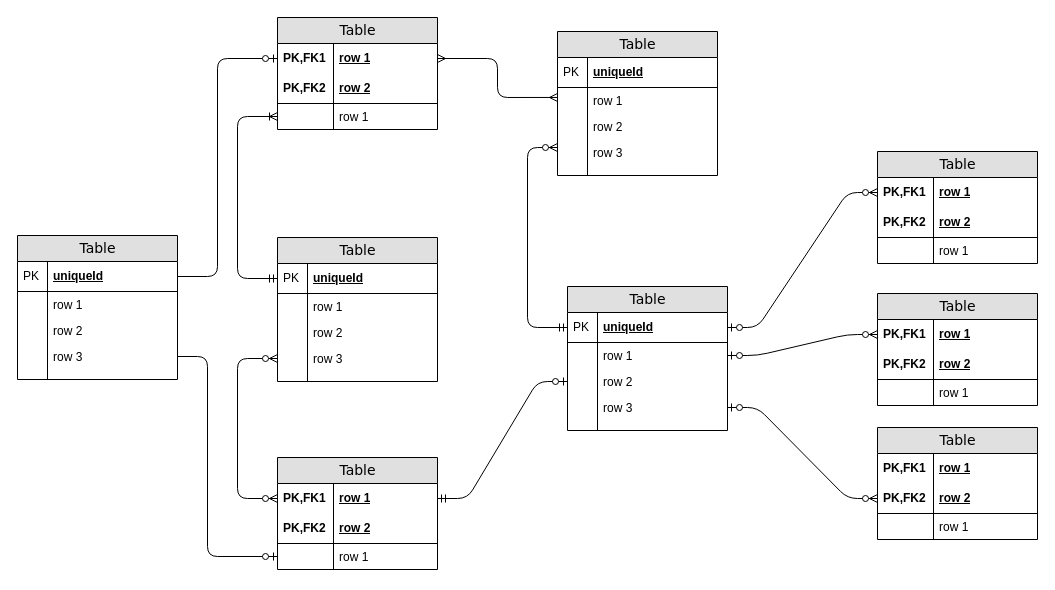
Before: 4DP.drawio in blackdreamzg/bak, a draw.io diagram. Source tidied: cells renumbered, new cells numbered last; positions are measured from the earlier drawing's top-left corner, leaving out a move shared by most shapes. Both pictures are drawn from the tidied source at 100%, with x=0, y=0 at pixel (17, 17).
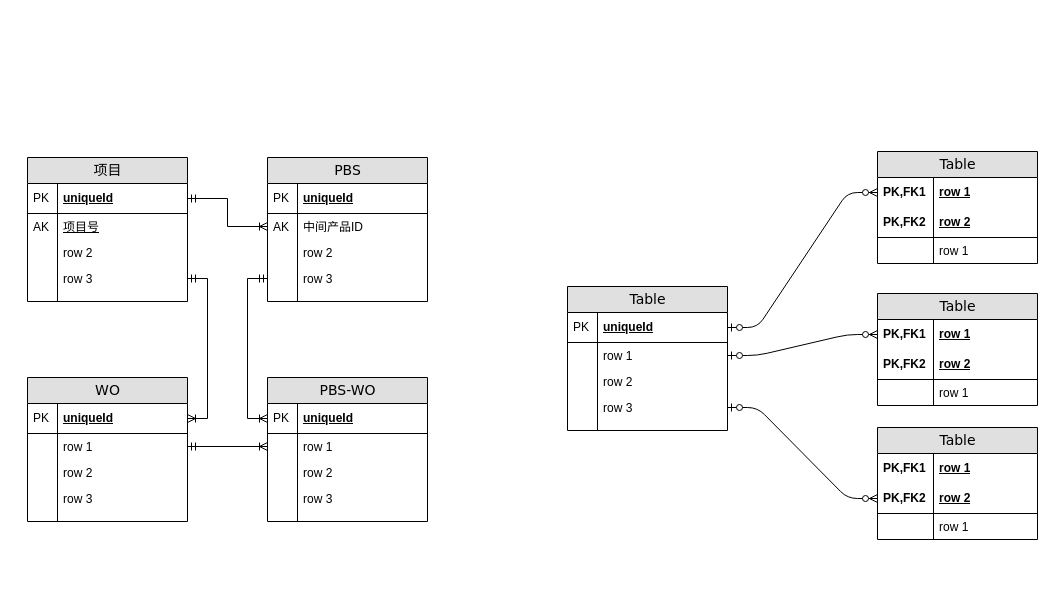
The same page after the edit.

Unchanged cells that the change refers to:
```xml
<mxCell id="10" value="uniqueId" style="shape=partialRectangle;top=0;left=0;right=0;bottom=1;html=1;align=left;verticalAlign=middle;fillColor=none;spacingLeft=34;spacingRight=4;whiteSpace=wrap;overflow=hidden;points=[[0,0.5],[1,0.5]];portConstraint=eastwest;fontStyle=5;" parent="9" vertex="1">
  <mxGeometry y="26" width="160" height="30" as="geometry" />
</mxCell>
<mxCell id="12" value="row 1" style="shape=partialRectangle;top=0;left=0;right=0;bottom=0;html=1;align=left;verticalAlign=top;fillColor=none;spacingLeft=34;spacingRight=4;whiteSpace=wrap;overflow=hidden;points=[[0,0.5],[1,0.5]];portConstraint=eastwest;" parent="9" vertex="1">
  <mxGeometry y="56" width="160" height="26" as="geometry" />
</mxCell>
<mxCell id="16" value="row 3" style="shape=partialRectangle;top=0;left=0;right=0;bottom=0;html=1;align=left;verticalAlign=top;fillColor=none;spacingLeft=34;spacingRight=4;whiteSpace=wrap;overflow=hidden;points=[[0,0.5],[1,0.5]];portConstraint=eastwest;" parent="9" vertex="1">
  <mxGeometry y="108" width="160" height="26" as="geometry" />
</mxCell>
<mxCell id="21" value="uniqueId" style="shape=partialRectangle;top=0;left=0;right=0;bottom=1;html=1;align=left;verticalAlign=middle;fillColor=none;spacingLeft=34;spacingRight=4;whiteSpace=wrap;overflow=hidden;points=[[0,0.5],[1,0.5]];portConstraint=eastwest;fontStyle=5;" parent="20" vertex="1">
  <mxGeometry y="26" width="160" height="30" as="geometry" />
</mxCell>
<mxCell id="27" value="row 3" style="shape=partialRectangle;top=0;left=0;right=0;bottom=0;html=1;align=left;verticalAlign=top;fillColor=none;spacingLeft=34;spacingRight=4;whiteSpace=wrap;overflow=hidden;points=[[0,0.5],[1,0.5]];portConstraint=eastwest;" parent="20" vertex="1">
  <mxGeometry y="108" width="160" height="26" as="geometry" />
</mxCell>
<mxCell id="32" value="uniqueId" style="shape=partialRectangle;top=0;left=0;right=0;bottom=1;html=1;align=left;verticalAlign=middle;fillColor=none;spacingLeft=34;spacingRight=4;whiteSpace=wrap;overflow=hidden;points=[[0,0.5],[1,0.5]];portConstraint=eastwest;fontStyle=5;" parent="31" vertex="1">
  <mxGeometry y="26" width="160" height="30" as="geometry" />
</mxCell>
<mxCell id="36" value="row 2" style="shape=partialRectangle;top=0;left=0;right=0;bottom=0;html=1;align=left;verticalAlign=top;fillColor=none;spacingLeft=34;spacingRight=4;whiteSpace=wrap;overflow=hidden;points=[[0,0.5],[1,0.5]];portConstraint=eastwest;" parent="31" vertex="1">
  <mxGeometry y="82" width="160" height="26" as="geometry" />
</mxCell>
<mxCell id="79" value="uniqueId" style="shape=partialRectangle;top=0;left=0;right=0;bottom=1;html=1;align=left;verticalAlign=middle;fillColor=none;spacingLeft=34;spacingRight=4;whiteSpace=wrap;overflow=hidden;points=[[0,0.5],[1,0.5]];portConstraint=eastwest;fontStyle=5;" parent="78" vertex="1">
  <mxGeometry y="26" width="160" height="30" as="geometry" />
</mxCell>
<mxCell id="85" value="row 3" style="shape=partialRectangle;top=0;left=0;right=0;bottom=0;html=1;align=left;verticalAlign=top;fillColor=none;spacingLeft=34;spacingRight=4;whiteSpace=wrap;overflow=hidden;points=[[0,0.5],[1,0.5]];portConstraint=eastwest;" parent="78" vertex="1">
  <mxGeometry y="108" width="160" height="26" as="geometry" />
</mxCell>
```

The edit, as a diff of the source:
```diff
@@
-    <mxCell id="2" value="Table" style="swimlane;html=1;fontStyle=0;horizontal=1;startSize=26;fillColor=#e0e0e0;swimlaneFillColor=#ffffff;align=center;rounded=0;shadow=0;comic=0;labelBackgroundColor=none;strokeWidth=1;fontFamily=Verdana;fontSize=14;" parent="1" vertex="1">
-      <mxGeometry x="260" width="160" height="112" as="geometry" />
-    </mxCell>
-    <mxCell id="3" value="row 1" style="shape=partialRectangle;top=0;left=0;right=0;bottom=0;html=1;align=left;verticalAlign=middle;fillColor=none;spacingLeft=60;spacingRight=4;whiteSpace=wrap;overflow=hidden;points=[[0,0.5],[1,0.5]];portConstraint=eastwest;fontStyle=5;" parent="2" vertex="1">
-      <mxGeometry y="26" width="160" height="30" as="geometry" />
-    </mxCell>
-    <mxCell id="4" value="PK,FK1" style="shape=partialRectangle;fontStyle=1;top=0;left=0;bottom=0;html=1;fillColor=none;align=left;verticalAlign=middle;spacingLeft=4;spacingRight=4;whiteSpace=wrap;overflow=hidden;" parent="3" vertex="1">
-      <mxGeometry width="56" height="30" as="geometry" />
-    </mxCell>
-    <mxCell id="5" value="row 2" style="shape=partialRectangle;top=0;left=0;right=0;bottom=1;html=1;align=left;verticalAlign=middle;fillColor=none;spacingLeft=60;spacingRight=4;whiteSpace=wrap;overflow=hidden;fontStyle=5;" parent="2" vertex="1">
-      <mxGeometry y="56" width="160" height="30" as="geometry" />
-    </mxCell>
-    <mxCell id="6" value="PK,FK2" style="shape=partialRectangle;fontStyle=1;top=0;left=0;bottom=0;html=1;fillColor=none;align=left;verticalAlign=middle;spacingLeft=4;spacingRight=4;whiteSpace=wrap;overflow=hidden;" parent="5" vertex="1">
-      <mxGeometry width="56" height="30" as="geometry" />
-    </mxCell>
-    <mxCell id="7" value="row 1" style="shape=partialRectangle;top=0;left=0;right=0;bottom=0;html=1;align=left;verticalAlign=top;fillColor=none;spacingLeft=60;spacingRight=4;whiteSpace=wrap;overflow=hidden;points=[[0,0.5],[1,0.5]];portConstraint=eastwest;" parent="2" vertex="1">
-      <mxGeometry y="86" width="160" height="26" as="geometry" />
-    </mxCell>
-    <mxCell id="8" style="shape=partialRectangle;top=0;left=0;bottom=0;html=1;fillColor=none;align=left;verticalAlign=top;spacingLeft=4;spacingRight=4;whiteSpace=wrap;overflow=hidden;" parent="7" vertex="1">
-      <mxGeometry width="56" height="26" as="geometry" />
-    </mxCell>
-    <mxCell id="9" value="Table" style="swimlane;html=1;fontStyle=0;horizontal=1;startSize=26;fillColor=#e0e0e0;swimlaneFillColor=#ffffff;align=center;rounded=0;shadow=0;comic=0;labelBackgroundColor=none;strokeWidth=1;fontFamily=Verdana;fontSize=14;swimlaneLine=1;" parent="1" vertex="1">
-      <mxGeometry x="540" y="14" width="160" height="144" as="geometry" />
+    <mxCell id="9" value="WO" style="swimlane;html=1;fontStyle=0;horizontal=1;startSize=26;fillColor=#e0e0e0;swimlaneFillColor=#ffffff;align=center;rounded=0;shadow=0;comic=0;labelBackgroundColor=none;strokeWidth=1;fontFamily=Verdana;fontSize=14;swimlaneLine=1;" parent="1" vertex="1">
+      <mxGeometry x="10" y="360" width="160" height="144" as="geometry" />
     </mxCell>
@@
-    <mxCell id="20" value="Table" style="swimlane;html=1;fontStyle=0;horizontal=1;startSize=26;fillColor=#e0e0e0;swimlaneFillColor=#ffffff;align=center;rounded=0;shadow=0;comic=0;labelBackgroundColor=none;strokeWidth=1;fontFamily=Verdana;fontSize=14;" parent="1" vertex="1">
-      <mxGeometry x="260" y="220" width="160" height="144" as="geometry" />
+    <mxCell id="20" value="PBS" style="swimlane;html=1;fontStyle=0;horizontal=1;startSize=26;fillColor=#e0e0e0;swimlaneFillColor=#ffffff;align=center;rounded=0;shadow=0;comic=0;labelBackgroundColor=none;strokeWidth=1;fontFamily=Verdana;fontSize=14;" parent="1" vertex="1">
+      <mxGeometry x="250" y="140" width="160" height="144" as="geometry" />
     </mxCell>
@@
-    <mxCell id="23" value="row 1" style="shape=partialRectangle;top=0;left=0;right=0;bottom=0;html=1;align=left;verticalAlign=top;fillColor=none;spacingLeft=34;spacingRight=4;whiteSpace=wrap;overflow=hidden;points=[[0,0.5],[1,0.5]];portConstraint=eastwest;" parent="20" vertex="1">
+    <mxCell id="23" value="中间产品ID" style="shape=partialRectangle;top=0;left=0;right=0;bottom=0;html=1;align=left;verticalAlign=top;fillColor=none;spacingLeft=34;spacingRight=4;whiteSpace=wrap;overflow=hidden;points=[[0,0.5],[1,0.5]];portConstraint=eastwest;" parent="20" vertex="1">
       <mxGeometry y="56" width="160" height="26" as="geometry" />
     </mxCell>
-    <mxCell id="24" style="shape=partialRectangle;top=0;left=0;bottom=0;html=1;fillColor=none;align=left;verticalAlign=top;spacingLeft=4;spacingRight=4;whiteSpace=wrap;overflow=hidden;" parent="23" vertex="1">
+    <mxCell id="24" value="AK" style="shape=partialRectangle;top=0;left=0;bottom=0;html=1;fillColor=none;align=left;verticalAlign=top;spacingLeft=4;spacingRight=4;whiteSpace=wrap;overflow=hidden;" parent="23" vertex="1">
       <mxGeometry width="30" height="26" as="geometry" />
     </mxCell>
@@
-    <mxCell id="49" value="Table" style="swimlane;html=1;fontStyle=0;horizontal=1;startSize=26;fillColor=#e0e0e0;swimlaneFillColor=#ffffff;align=center;rounded=0;shadow=0;comic=0;labelBackgroundColor=none;strokeWidth=1;fontFamily=Verdana;fontSize=14;" parent="1" vertex="1">
-      <mxGeometry x="260" y="440" width="160" height="112" as="geometry" />
-    </mxCell>
-    <mxCell id="50" value="row 1" style="shape=partialRectangle;top=0;left=0;right=0;bottom=0;html=1;align=left;verticalAlign=middle;fillColor=none;spacingLeft=60;spacingRight=4;whiteSpace=wrap;overflow=hidden;points=[[0,0.5],[1,0.5]];portConstraint=eastwest;fontStyle=5;" parent="49" vertex="1">
-      <mxGeometry y="26" width="160" height="30" as="geometry" />
-    </mxCell>
-    <mxCell id="51" value="PK,FK1" style="shape=partialRectangle;fontStyle=1;top=0;left=0;bottom=0;html=1;fillColor=none;align=left;verticalAlign=middle;spacingLeft=4;spacingRight=4;whiteSpace=wrap;overflow=hidden;" parent="50" vertex="1">
-      <mxGeometry width="56" height="30" as="geometry" />
-    </mxCell>
-    <mxCell id="52" value="row 2" style="shape=partialRectangle;top=0;left=0;right=0;bottom=1;html=1;align=left;verticalAlign=middle;fillColor=none;spacingLeft=60;spacingRight=4;whiteSpace=wrap;overflow=hidden;fontStyle=5;" parent="49" vertex="1">
-      <mxGeometry y="56" width="160" height="30" as="geometry" />
-    </mxCell>
-    <mxCell id="53" value="PK,FK2" style="shape=partialRectangle;fontStyle=1;top=0;left=0;bottom=0;html=1;fillColor=none;align=left;verticalAlign=middle;spacingLeft=4;spacingRight=4;whiteSpace=wrap;overflow=hidden;" parent="52" vertex="1">
-      <mxGeometry width="56" height="30" as="geometry" />
-    </mxCell>
-    <mxCell id="54" value="row 1" style="shape=partialRectangle;top=0;left=0;right=0;bottom=0;html=1;align=left;verticalAlign=top;fillColor=none;spacingLeft=60;spacingRight=4;whiteSpace=wrap;overflow=hidden;points=[[0,0.5],[1,0.5]];portConstraint=eastwest;" parent="49" vertex="1">
-      <mxGeometry y="86" width="160" height="26" as="geometry" />
-    </mxCell>
-    <mxCell id="55" style="shape=partialRectangle;top=0;left=0;bottom=0;html=1;fillColor=none;align=left;verticalAlign=top;spacingLeft=4;spacingRight=4;whiteSpace=wrap;overflow=hidden;" parent="54" vertex="1">
-      <mxGeometry width="56" height="26" as="geometry" />
-    </mxCell>
-    <mxCell id="56" style="edgeStyle=orthogonalEdgeStyle;html=1;endArrow=ERoneToMany;startArrow=ERmandOne;labelBackgroundColor=none;fontFamily=Verdana;fontSize=14;entryX=0;entryY=0.5;exitX=0;exitY=0.5;" parent="1" edge="1" source="21" target="7">
-      <mxGeometry relative="1" as="geometry">
-        <Array as="points">
-          <mxPoint x="220" y="261" />
-          <mxPoint x="220" y="99" />
-        </Array>
-      </mxGeometry>
-    </mxCell>
-    <mxCell id="57" style="edgeStyle=orthogonalEdgeStyle;html=1;endArrow=ERzeroToMany;endFill=1;startArrow=ERzeroToMany;labelBackgroundColor=none;fontFamily=Verdana;fontSize=14;entryX=0;entryY=0.5;exitX=0;exitY=0.5;" parent="1" edge="1" source="50" target="27">
-      <mxGeometry relative="1" as="geometry">
-        <Array as="points">
-          <mxPoint x="220" y="481" />
-          <mxPoint x="220" y="341" />
-        </Array>
-      </mxGeometry>
-    </mxCell>
-    <mxCell id="58" style="edgeStyle=orthogonalEdgeStyle;html=1;endArrow=ERmany;startArrow=ERmany;labelBackgroundColor=none;fontFamily=Verdana;fontSize=14;entryX=1;entryY=0.5;exitX=0;exitY=0.383;exitPerimeter=0;" parent="1" edge="1" source="12" target="3">
-      <mxGeometry relative="1" as="geometry">
-        <Array as="points">
-          <mxPoint x="480" y="80" />
-          <mxPoint x="480" y="41" />
-        </Array>
-      </mxGeometry>
-    </mxCell>
-    <mxCell id="59" style="edgeStyle=orthogonalEdgeStyle;html=1;endArrow=ERzeroToMany;startArrow=ERmandOne;labelBackgroundColor=none;fontFamily=Verdana;fontSize=14;entryX=0;entryY=0.308;entryPerimeter=0;exitX=0;exitY=0.5;" parent="1" edge="1" source="32" target="16">
-      <mxGeometry relative="1" as="geometry">
-        <Array as="points">
-          <mxPoint x="510" y="310" />
-          <mxPoint x="510" y="130" />
-        </Array>
-      </mxGeometry>
-    </mxCell>
-    <mxCell id="60" style="edgeStyle=entityRelationEdgeStyle;html=1;endArrow=ERzeroToOne;startArrow=ERmandOne;labelBackgroundColor=none;fontFamily=Verdana;fontSize=14;exitX=1;exitY=0.5;entryX=0;entryY=0.5;" parent="1" edge="1" source="50" target="36">
-      <mxGeometry relative="1" as="geometry" />
-    </mxCell>
@@
-    <mxCell id="78" value="Table" style="swimlane;html=1;fontStyle=0;horizontal=1;startSize=26;fillColor=#e0e0e0;swimlaneFillColor=#ffffff;align=center;rounded=0;shadow=0;comic=0;labelBackgroundColor=none;strokeWidth=1;fontFamily=Verdana;fontSize=14;" parent="1" vertex="1">
-      <mxGeometry y="218" width="160" height="144" as="geometry" />
+    <mxCell id="78" value="项目" style="swimlane;html=1;fontStyle=0;horizontal=1;startSize=26;fillColor=#e0e0e0;swimlaneFillColor=#ffffff;align=center;rounded=0;shadow=0;comic=0;labelBackgroundColor=none;strokeWidth=1;fontFamily=Verdana;fontSize=14;" parent="1" vertex="1">
+      <mxGeometry x="10" y="140" width="160" height="144" as="geometry" />
     </mxCell>
@@
-    <mxCell id="81" value="row 1" style="shape=partialRectangle;top=0;left=0;right=0;bottom=0;html=1;align=left;verticalAlign=top;fillColor=none;spacingLeft=34;spacingRight=4;whiteSpace=wrap;overflow=hidden;" parent="78" vertex="1">
+    <mxCell id="81" value="&lt;span style=&quot;text-decoration-line: underline;&quot;&gt;项目号&lt;/span&gt;" style="shape=partialRectangle;top=0;left=0;right=0;bottom=0;html=1;align=left;verticalAlign=top;fillColor=none;spacingLeft=34;spacingRight=4;whiteSpace=wrap;overflow=hidden;" parent="78" vertex="1">
       <mxGeometry y="56" width="160" height="26" as="geometry" />
     </mxCell>
-    <mxCell id="82" style="shape=partialRectangle;top=0;left=0;bottom=0;html=1;fillColor=none;align=left;verticalAlign=top;spacingLeft=4;spacingRight=4;whiteSpace=wrap;overflow=hidden;" parent="81" vertex="1">
+    <mxCell id="82" value="AK" style="shape=partialRectangle;top=0;left=0;bottom=0;html=1;fillColor=none;align=left;verticalAlign=top;spacingLeft=4;spacingRight=4;whiteSpace=wrap;overflow=hidden;" parent="81" vertex="1">
       <mxGeometry width="30" height="26" as="geometry" />
     </mxCell>
@@
-    <mxCell id="89" style="edgeStyle=orthogonalEdgeStyle;html=1;endArrow=ERzeroToOne;endFill=1;labelBackgroundColor=none;fontFamily=Verdana;fontSize=14;entryX=0;entryY=0.5;exitX=1;exitY=0.5;" parent="1" edge="1" source="79" target="3">
-      <mxGeometry relative="1" as="geometry">
-        <Array as="points">
-          <mxPoint x="200" y="259" />
-          <mxPoint x="200" y="41" />
-        </Array>
-      </mxGeometry>
-    </mxCell>
-    <mxCell id="90" style="edgeStyle=orthogonalEdgeStyle;html=1;endArrow=ERzeroToOne;endFill=1;labelBackgroundColor=none;fontFamily=Verdana;fontSize=14;entryX=0;entryY=0.5;exitX=1;exitY=0.5;" parent="1" edge="1" source="85" target="54">
-      <mxGeometry relative="1" as="geometry">
-        <Array as="points">
-          <mxPoint x="190" y="339" />
-          <mxPoint x="190" y="539" />
-        </Array>
-      </mxGeometry>
-    </mxCell>
+    <mxCell id="91" style="edgeStyle=orthogonalEdgeStyle;rounded=0;jettySize=auto;html=1;exitX=1;exitY=0.5;exitDx=0;exitDy=0;entryX=0;entryY=0.5;entryDx=0;entryDy=0;startArrow=ERmandOne;startFill=0;endArrow=ERoneToMany;endFill=0;" parent="1" edge="1" source="79" target="23">
+      <mxGeometry relative="1" as="geometry" />
+    </mxCell>
+    <mxCell id="92" value="PBS-WO" style="swimlane;html=1;fontStyle=0;horizontal=1;startSize=26;fillColor=#e0e0e0;swimlaneFillColor=#ffffff;align=center;rounded=0;shadow=0;comic=0;labelBackgroundColor=none;strokeWidth=1;fontFamily=Verdana;fontSize=14;" parent="1" vertex="1">
+      <mxGeometry x="250" y="360" width="160" height="144" as="geometry" />
+    </mxCell>
+    <mxCell id="93" value="uniqueId" style="shape=partialRectangle;top=0;left=0;right=0;bottom=1;html=1;align=left;verticalAlign=middle;fillColor=none;spacingLeft=34;spacingRight=4;whiteSpace=wrap;overflow=hidden;points=[[0,0.5],[1,0.5]];portConstraint=eastwest;fontStyle=5;" parent="92" vertex="1">
+      <mxGeometry y="26" width="160" height="30" as="geometry" />
+    </mxCell>
+    <mxCell id="94" value="PK" style="shape=partialRectangle;top=0;left=0;bottom=0;html=1;fillColor=none;align=left;verticalAlign=middle;spacingLeft=4;spacingRight=4;whiteSpace=wrap;overflow=hidden;" parent="93" vertex="1">
+      <mxGeometry width="30" height="30" as="geometry" />
+    </mxCell>
+    <mxCell id="95" value="row 1" style="shape=partialRectangle;top=0;left=0;right=0;bottom=0;html=1;align=left;verticalAlign=top;fillColor=none;spacingLeft=34;spacingRight=4;whiteSpace=wrap;overflow=hidden;points=[[0,0.5],[1,0.5]];portConstraint=eastwest;" parent="92" vertex="1">
+      <mxGeometry y="56" width="160" height="26" as="geometry" />
+    </mxCell>
+    <mxCell id="96" style="shape=partialRectangle;top=0;left=0;bottom=0;html=1;fillColor=none;align=left;verticalAlign=top;spacingLeft=4;spacingRight=4;whiteSpace=wrap;overflow=hidden;" parent="95" vertex="1">
+      <mxGeometry width="30" height="26" as="geometry" />
+    </mxCell>
+    <mxCell id="97" value="row 2" style="shape=partialRectangle;top=0;left=0;right=0;bottom=0;html=1;align=left;verticalAlign=top;fillColor=none;spacingLeft=34;spacingRight=4;whiteSpace=wrap;overflow=hidden;" parent="92" vertex="1">
+      <mxGeometry y="82" width="160" height="26" as="geometry" />
+    </mxCell>
+    <mxCell id="98" style="shape=partialRectangle;top=0;left=0;bottom=0;html=1;fillColor=none;align=left;verticalAlign=top;spacingLeft=4;spacingRight=4;whiteSpace=wrap;overflow=hidden;" parent="97" vertex="1">
+      <mxGeometry width="30" height="26" as="geometry" />
+    </mxCell>
+    <mxCell id="99" value="row 3" style="shape=partialRectangle;top=0;left=0;right=0;bottom=0;html=1;align=left;verticalAlign=top;fillColor=none;spacingLeft=34;spacingRight=4;whiteSpace=wrap;overflow=hidden;" parent="92" vertex="1">
+      <mxGeometry y="108" width="160" height="26" as="geometry" />
+    </mxCell>
+    <mxCell id="100" style="shape=partialRectangle;top=0;left=0;bottom=0;html=1;fillColor=none;align=left;verticalAlign=top;spacingLeft=4;spacingRight=4;whiteSpace=wrap;overflow=hidden;" parent="99" vertex="1">
+      <mxGeometry width="30" height="26" as="geometry" />
+    </mxCell>
+    <mxCell id="101" style="shape=partialRectangle;top=0;left=0;right=0;bottom=0;html=1;align=left;verticalAlign=top;fillColor=none;spacingLeft=34;spacingRight=4;whiteSpace=wrap;overflow=hidden;" parent="92" vertex="1">
+      <mxGeometry y="134" width="160" height="10" as="geometry" />
+    </mxCell>
+    <mxCell id="102" style="shape=partialRectangle;top=0;left=0;bottom=0;html=1;fillColor=none;align=left;verticalAlign=top;spacingLeft=4;spacingRight=4;whiteSpace=wrap;overflow=hidden;" parent="101" vertex="1">
+      <mxGeometry width="30" height="10" as="geometry" />
+    </mxCell>
+    <mxCell id="103" style="edgeStyle=orthogonalEdgeStyle;rounded=0;jettySize=auto;html=1;exitX=0;exitY=0.5;exitDx=0;exitDy=0;entryX=0;entryY=0.5;entryDx=0;entryDy=0;startArrow=ERmandOne;startFill=0;endArrow=ERoneToMany;endFill=0;" parent="1" edge="1" source="27" target="93">
+      <mxGeometry relative="1" as="geometry" />
+    </mxCell>
+    <mxCell id="104" style="edgeStyle=orthogonalEdgeStyle;rounded=0;jettySize=auto;html=1;exitX=1;exitY=0.5;exitDx=0;exitDy=0;entryX=0;entryY=0.5;entryDx=0;entryDy=0;startArrow=ERmandOne;startFill=0;endArrow=ERoneToMany;endFill=0;" parent="1" edge="1" source="12" target="95">
+      <mxGeometry relative="1" as="geometry" />
+    </mxCell>
+    <mxCell id="105" style="edgeStyle=orthogonalEdgeStyle;rounded=0;jettySize=auto;html=1;exitX=1;exitY=0.5;exitDx=0;exitDy=0;entryX=1;entryY=0.5;entryDx=0;entryDy=0;startArrow=ERmandOne;startFill=0;endArrow=ERoneToMany;endFill=0;" parent="1" edge="1" source="85" target="10">
+      <mxGeometry relative="1" as="geometry" />
+    </mxCell>
```
